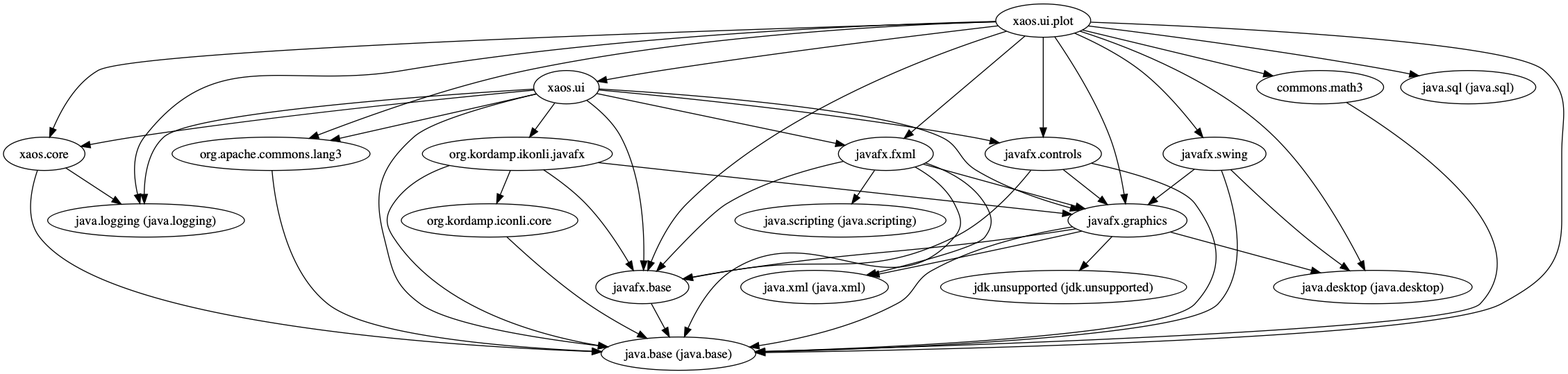
Above: xaos.ui.plot.module/doc/module-dependencies.png in ESSICS/XAOS (Graphviz), before the change. Its source is kept beside it as xaos.ui.plot.module/doc/module-dependencies.dot.
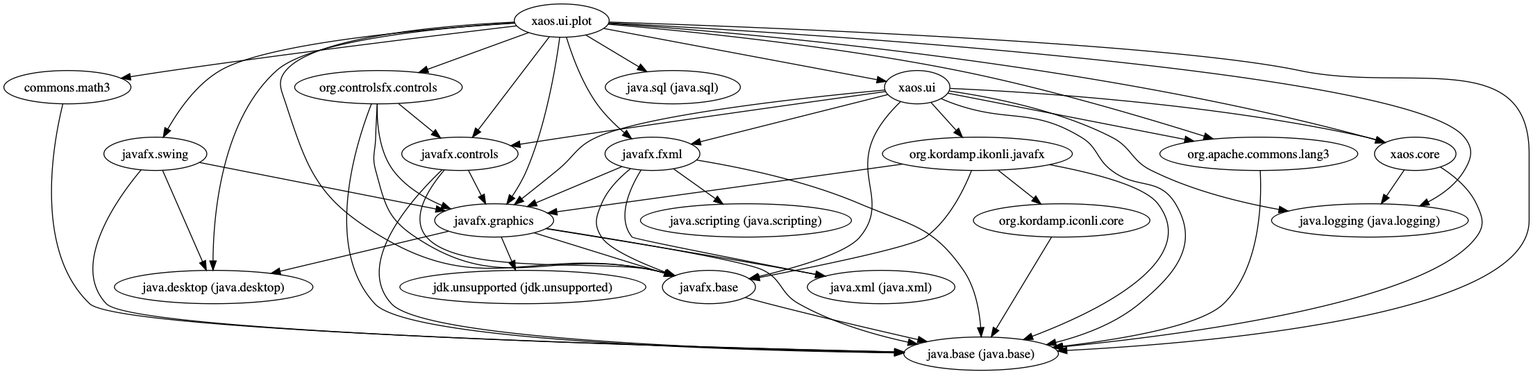
After the change.

Change to the diagram source:
```diff
@@ -1,4 +1,33 @@
 digraph "summary" {
+  "org.controlsfx.controls"                          -> "java.base (java.base)";
+  "org.controlsfx.controls"                          -> "javafx.base";
+  "org.controlsfx.controls"                          -> "javafx.controls";
+  "org.controlsfx.controls"                          -> "javafx.graphics";
+  "javafx.base"                                      -> "java.base (java.base)";
+  "org.kordamp.iconli.core"                          -> "java.base (java.base)";
+  "xaos.ui.plot"                                     -> "commons.math3";
+  "xaos.ui.plot"                                     -> "java.base (java.base)";
+  "xaos.ui.plot"                                     -> "java.desktop (java.desktop)";
+  "xaos.ui.plot"                                     -> "java.logging (java.logging)";
+  "xaos.ui.plot"                                     -> "java.sql (java.sql)";
+  "xaos.ui.plot"                                     -> "javafx.base";
+  "xaos.ui.plot"                                     -> "javafx.controls";
+  "xaos.ui.plot"                                     -> "javafx.fxml";
+  "xaos.ui.plot"                                     -> "javafx.graphics";
+  "xaos.ui.plot"                                     -> "javafx.swing";
+  "xaos.ui.plot"                                     -> "org.apache.commons.lang3";
+  "xaos.ui.plot"                                     -> "org.controlsfx.controls";
+  "xaos.ui.plot"                                     -> "xaos.core";
+  "xaos.ui.plot"                                     -> "xaos.ui";
+  "javafx.swing"                                     -> "java.base (java.base)";
+  "javafx.swing"                                     -> "java.desktop (java.desktop)";
+  "javafx.swing"                                     -> "javafx.graphics";
+  "javafx.fxml"                                      -> "java.base (java.base)";
+  "javafx.fxml"                                      -> "java.scripting (java.scripting)";
+  "javafx.fxml"                                      -> "java.xml (java.xml)";
+  "javafx.fxml"                                      -> "javafx.base";
+  "javafx.fxml"                                      -> "javafx.graphics";
+  "commons.math3"                                    -> "java.base (java.base)";
   "xaos.core"                                        -> "java.base (java.base)";
   "xaos.core"                                        -> "java.logging (java.logging)";
   "org.apache.commons.lang3"                         -> "java.base (java.base)";
@@ -7,7 +36,6 @@
   "javafx.graphics"                                  -> "java.xml (java.xml)";
   "javafx.graphics"                                  -> "javafx.base";
   "javafx.graphics"                                  -> "jdk.unsupported (jdk.unsupported)";
-  "javafx.base"                                      -> "java.base (java.base)";
   "javafx.controls"                                  -> "java.base (java.base)";
   "javafx.controls"                                  -> "javafx.base";
   "javafx.controls"                                  -> "javafx.graphics";
@@ -20,31 +48,8 @@
   "xaos.ui"                                          -> "org.apache.commons.lang3";
   "xaos.ui"                                          -> "org.kordamp.ikonli.javafx";
   "xaos.ui"                                          -> "xaos.core";
-  "org.kordamp.iconli.core"                          -> "java.base (java.base)";
-  "xaos.ui.plot"                                     -> "commons.math3";
-  "xaos.ui.plot"                                     -> "java.base (java.base)";
-  "xaos.ui.plot"                                     -> "java.desktop (java.desktop)";
-  "xaos.ui.plot"                                     -> "java.logging (java.logging)";
-  "xaos.ui.plot"                                     -> "java.sql (java.sql)";
-  "xaos.ui.plot"                                     -> "javafx.base";
-  "xaos.ui.plot"                                     -> "javafx.controls";
-  "xaos.ui.plot"                                     -> "javafx.fxml";
-  "xaos.ui.plot"                                     -> "javafx.graphics";
-  "xaos.ui.plot"                                     -> "javafx.swing";
-  "xaos.ui.plot"                                     -> "org.apache.commons.lang3";
-  "xaos.ui.plot"                                     -> "xaos.core";
-  "xaos.ui.plot"                                     -> "xaos.ui";
-  "javafx.swing"                                     -> "java.base (java.base)";
-  "javafx.swing"                                     -> "java.desktop (java.desktop)";
-  "javafx.swing"                                     -> "javafx.graphics";
-  "javafx.fxml"                                      -> "java.base (java.base)";
-  "javafx.fxml"                                      -> "java.scripting (java.scripting)";
-  "javafx.fxml"                                      -> "java.xml (java.xml)";
-  "javafx.fxml"                                      -> "javafx.base";
-  "javafx.fxml"                                      -> "javafx.graphics";
   "org.kordamp.ikonli.javafx"                        -> "java.base (java.base)";
   "org.kordamp.ikonli.javafx"                        -> "javafx.base";
   "org.kordamp.ikonli.javafx"                        -> "javafx.graphics";
   "org.kordamp.ikonli.javafx"                        -> "org.kordamp.iconli.core";
-  "commons.math3"                                    -> "java.base (java.base)";
 }
```
